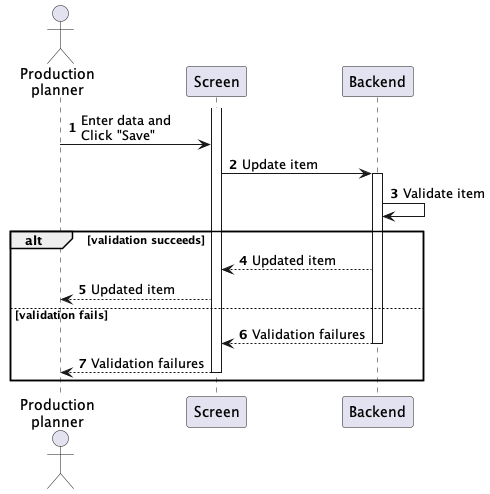
This is Lab1/Lab1.2/sequences/production-order-update.png from phihungha/SE357-Practice-class, a PlantUML export, as it was before one commit.
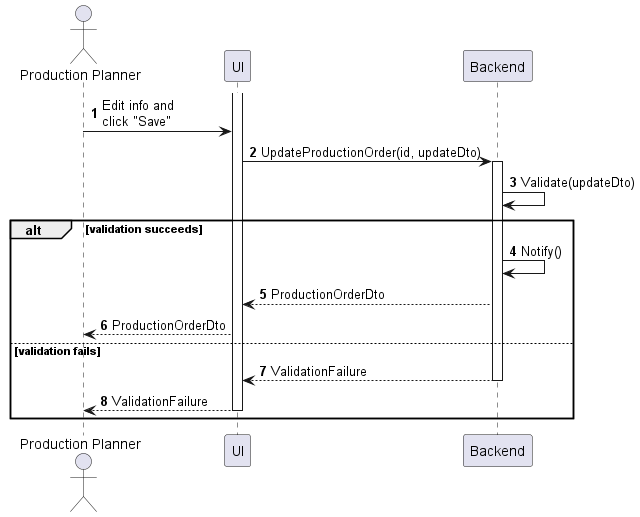
Later version of the same file.

Diff of the diagram source:
```diff
@@ -1,22 +1,23 @@
 @startuml production-order-update
 autonumber
 
-actor "Production\nplanner" as a
-participant Screen as f
+actor "Production Planner" as a
+participant UI as f
 participant Backend as b
 
 activate f
-a -> f : Enter data and\nClick "Save"
-f -> b : Update item
+a -> f : Edit info and\nclick "Save"
+f -> b : UpdateProductionOrder(id, updateDto)
 activate b
-b -> b : Validate item
+b -> b : Validate(updateDto)
 
 alt validation succeeds
-    b --> f : Updated item
-    f --> a : Updated item
+    b -> b : Notify()
+    b --> f : ProductionOrderDto
+    f --> a : ProductionOrderDto
 else validation fails
-    return Validation failures
-    f --> a : Validation failures
+    return ValidationFailure
+    f --> a : ValidationFailure
     deactivate f
 end
 @enduml
```
